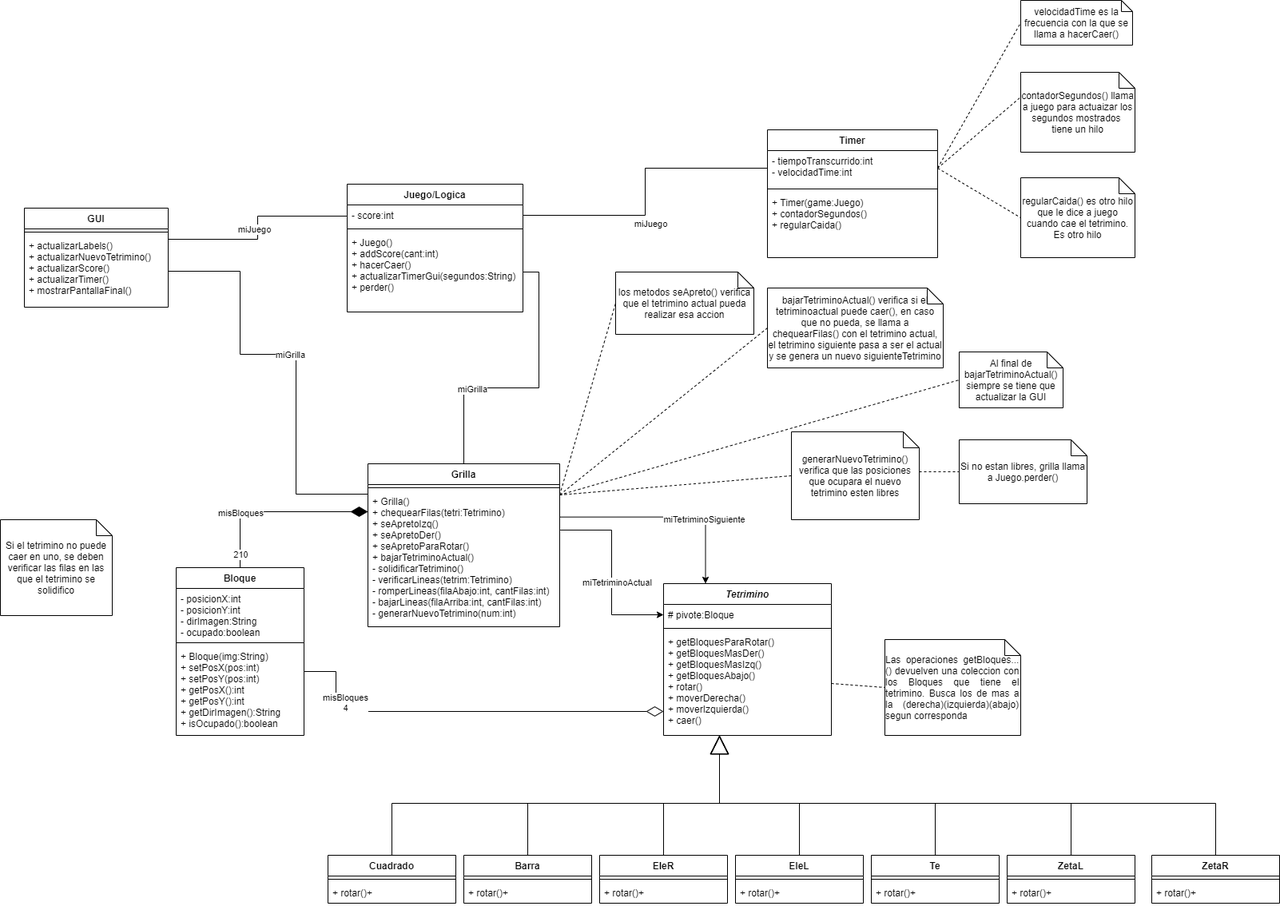
This is Diagrama-de-Clases/DiagramaClasesTetris.png from JanoALockhart/tdp-proyecto-2, a draw.io export, as it was before one commit. Source tidied: cells renumbered, new cells last; positions are measured from the earlier drawing's top-left corner, leaving out a move shared by most shapes.
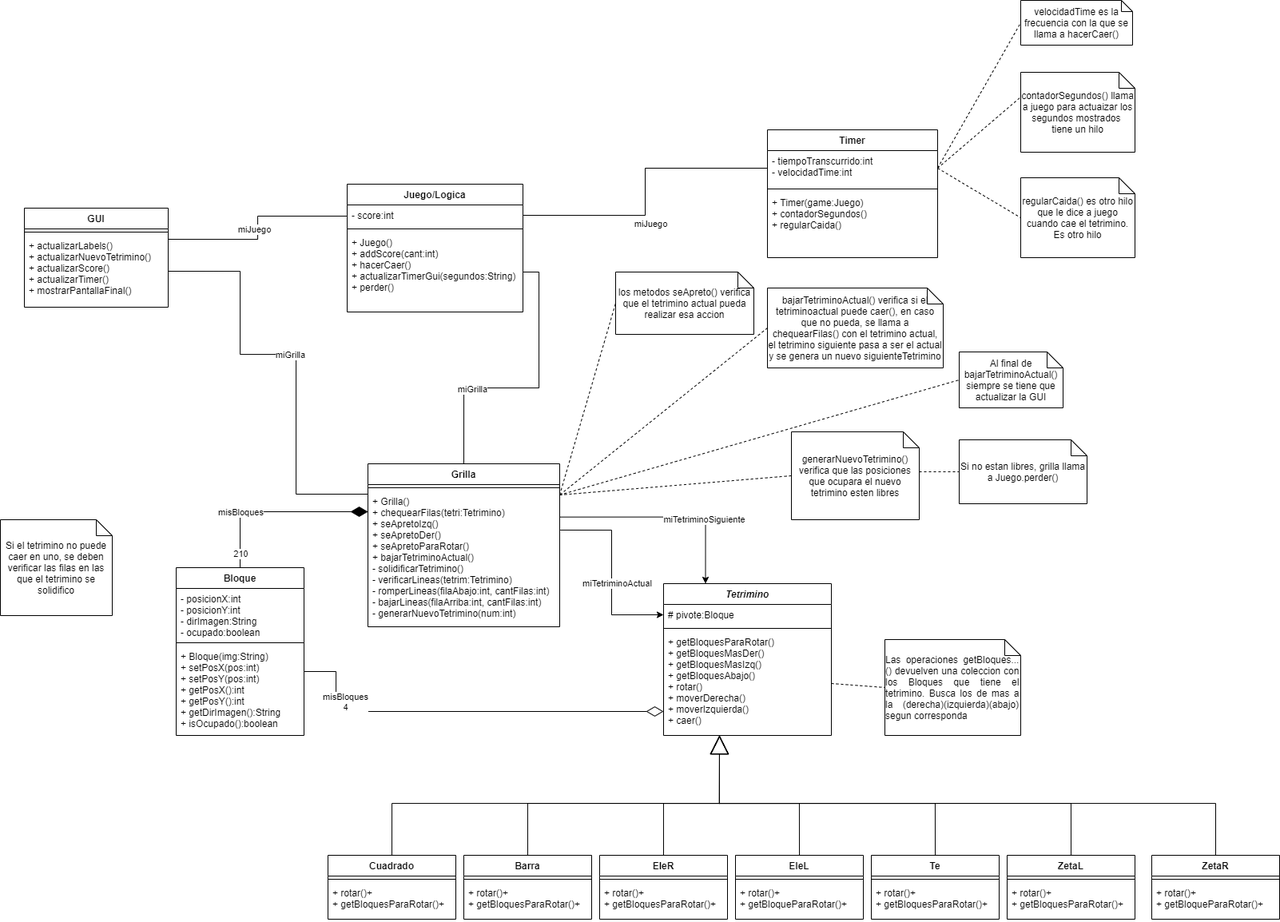
Later version of the same file.

Commit message:
Diagrama de Clases

Diff of the diagram source:
```diff
@@ -122,13 +122,13 @@
       </mxGeometry>
     </mxCell>
     <mxCell id="35" value="Cuadrado" style="swimlane;fontStyle=1;align=center;verticalAlign=top;horizontal=1;startSize=26;" parent="1" vertex="1">
-      <mxGeometry x="410" y="1070" width="160" height="60" as="geometry" />
+      <mxGeometry x="410" y="1070" width="160" height="80" as="geometry" />
     </mxCell>
     <mxCell id="36" style="line;strokeWidth=1;fillColor=none;align=left;verticalAlign=middle;spacingTop=-1;spacingLeft=3;spacingRight=3;labelPosition=right;" parent="35" vertex="1">
       <mxGeometry y="26" width="160" height="8" as="geometry" />
     </mxCell>
-    <mxCell id="37" value="+ rotar()+" style="text;strokeColor=none;fillColor=none;align=left;verticalAlign=top;spacingLeft=4;spacingRight=4;overflow=hidden;" parent="35" vertex="1">
-      <mxGeometry y="34" width="160" height="26" as="geometry" />
+    <mxCell id="37" value="+ rotar()+&#10;+ getBloquesParaRotar()+" style="text;strokeColor=none;fillColor=none;align=left;verticalAlign=top;spacingLeft=4;spacingRight=4;overflow=hidden;" parent="35" vertex="1">
+      <mxGeometry y="34" width="160" height="46" as="geometry" />
     </mxCell>
     <mxCell id="38" style="edgeStyle=orthogonalEdgeStyle;rounded=0;jettySize=auto;html=1;exitX=0.5;exitY=0;exitDx=0;exitDy=0;startArrow=none;startFill=0;endArrow=block;endFill=0;startSize=19;endSize=21;strokeWidth=1;" parent="1" edge="1" source="39">
       <mxGeometry relative="1" as="geometry">
@@ -136,13 +136,13 @@
       </mxGeometry>
     </mxCell>
     <mxCell id="39" value="Barra" style="swimlane;fontStyle=1;align=center;verticalAlign=top;horizontal=1;startSize=26;" parent="1" vertex="1">
-      <mxGeometry x="580" y="1070" width="160" height="60" as="geometry" />
+      <mxGeometry x="580" y="1070" width="160" height="80" as="geometry" />
     </mxCell>
     <mxCell id="40" style="line;strokeWidth=1;fillColor=none;align=left;verticalAlign=middle;spacingTop=-1;spacingLeft=3;spacingRight=3;labelPosition=right;" parent="39" vertex="1">
       <mxGeometry y="26" width="160" height="8" as="geometry" />
     </mxCell>
-    <mxCell id="41" value="+ rotar()+" style="text;strokeColor=none;fillColor=none;align=left;verticalAlign=top;spacingLeft=4;spacingRight=4;overflow=hidden;" parent="39" vertex="1">
-      <mxGeometry y="34" width="160" height="26" as="geometry" />
+    <mxCell id="41" value="+ rotar()+&#10;+ getBloquesParaRotar()+" style="text;strokeColor=none;fillColor=none;align=left;verticalAlign=top;spacingLeft=4;spacingRight=4;overflow=hidden;" parent="39" vertex="1">
+      <mxGeometry y="34" width="160" height="46" as="geometry" />
     </mxCell>
     <mxCell id="42" style="edgeStyle=orthogonalEdgeStyle;rounded=0;jettySize=auto;html=1;exitX=0.5;exitY=0;exitDx=0;exitDy=0;startArrow=none;startFill=0;endArrow=block;endFill=0;startSize=19;endSize=21;strokeWidth=1;" parent="1" edge="1" source="43">
       <mxGeometry relative="1" as="geometry">
@@ -150,13 +150,13 @@
       </mxGeometry>
     </mxCell>
     <mxCell id="43" value="EleR" style="swimlane;fontStyle=1;align=center;verticalAlign=top;horizontal=1;startSize=26;" parent="1" vertex="1">
-      <mxGeometry x="750" y="1070" width="160" height="60" as="geometry" />
+      <mxGeometry x="750" y="1070" width="160" height="80" as="geometry" />
     </mxCell>
     <mxCell id="44" style="line;strokeWidth=1;fillColor=none;align=left;verticalAlign=middle;spacingTop=-1;spacingLeft=3;spacingRight=3;labelPosition=right;" parent="43" vertex="1">
       <mxGeometry y="26" width="160" height="8" as="geometry" />
     </mxCell>
-    <mxCell id="45" value="+ rotar()+" style="text;strokeColor=none;fillColor=none;align=left;verticalAlign=top;spacingLeft=4;spacingRight=4;overflow=hidden;" parent="43" vertex="1">
-      <mxGeometry y="34" width="160" height="26" as="geometry" />
+    <mxCell id="45" value="+ rotar()+&#10;+ getBloquesParaRotar()+" style="text;strokeColor=none;fillColor=none;align=left;verticalAlign=top;spacingLeft=4;spacingRight=4;overflow=hidden;" parent="43" vertex="1">
+      <mxGeometry y="34" width="160" height="46" as="geometry" />
     </mxCell>
     <mxCell id="46" style="edgeStyle=orthogonalEdgeStyle;rounded=0;jettySize=auto;html=1;exitX=0.5;exitY=0;exitDx=0;exitDy=0;startArrow=none;startFill=0;endArrow=block;endFill=0;startSize=19;endSize=21;strokeWidth=1;" parent="1" edge="1" source="47">
       <mxGeometry relative="1" as="geometry">
@@ -164,13 +164,13 @@
       </mxGeometry>
     </mxCell>
     <mxCell id="47" value="EleL" style="swimlane;fontStyle=1;align=center;verticalAlign=top;horizontal=1;startSize=26;" parent="1" vertex="1">
-      <mxGeometry x="920" y="1070" width="160" height="60" as="geometry" />
+      <mxGeometry x="920" y="1070" width="160" height="80" as="geometry" />
     </mxCell>
     <mxCell id="48" style="line;strokeWidth=1;fillColor=none;align=left;verticalAlign=middle;spacingTop=-1;spacingLeft=3;spacingRight=3;labelPosition=right;" parent="47" vertex="1">
       <mxGeometry y="26" width="160" height="8" as="geometry" />
     </mxCell>
-    <mxCell id="49" value="+ rotar()+" style="text;strokeColor=none;fillColor=none;align=left;verticalAlign=top;spacingLeft=4;spacingRight=4;overflow=hidden;" parent="47" vertex="1">
-      <mxGeometry y="34" width="160" height="26" as="geometry" />
+    <mxCell id="49" value="+ rotar()+&#10;+ getBloqueParaRotar()+" style="text;strokeColor=none;fillColor=none;align=left;verticalAlign=top;spacingLeft=4;spacingRight=4;overflow=hidden;" parent="47" vertex="1">
+      <mxGeometry y="34" width="160" height="46" as="geometry" />
     </mxCell>
     <mxCell id="50" style="edgeStyle=orthogonalEdgeStyle;rounded=0;jettySize=auto;html=1;exitX=0.5;exitY=0;exitDx=0;exitDy=0;startArrow=none;startFill=0;endArrow=block;endFill=0;startSize=19;endSize=21;strokeWidth=1;" parent="1" edge="1" source="51">
       <mxGeometry relative="1" as="geometry">
@@ -182,13 +182,13 @@
       </mxGeometry>
     </mxCell>
     <mxCell id="51" value="ZetaR" style="swimlane;fontStyle=1;align=center;verticalAlign=top;horizontal=1;startSize=26;" parent="1" vertex="1">
-      <mxGeometry x="1441" y="1070" width="160" height="60" as="geometry" />
+      <mxGeometry x="1441" y="1070" width="160" height="80" as="geometry" />
     </mxCell>
     <mxCell id="52" style="line;strokeWidth=1;fillColor=none;align=left;verticalAlign=middle;spacingTop=-1;spacingLeft=3;spacingRight=3;labelPosition=right;" parent="51" vertex="1">
       <mxGeometry y="26" width="160" height="8" as="geometry" />
     </mxCell>
-    <mxCell id="53" value="+ rotar()+" style="text;strokeColor=none;fillColor=none;align=left;verticalAlign=top;spacingLeft=4;spacingRight=4;overflow=hidden;" parent="51" vertex="1">
-      <mxGeometry y="34" width="160" height="26" as="geometry" />
+    <mxCell id="53" value="+ rotar()+&#10;+ getBloqueParaRotar()+" style="text;strokeColor=none;fillColor=none;align=left;verticalAlign=top;spacingLeft=4;spacingRight=4;overflow=hidden;" parent="51" vertex="1">
+      <mxGeometry y="34" width="160" height="46" as="geometry" />
     </mxCell>
     <mxCell id="54" style="edgeStyle=orthogonalEdgeStyle;rounded=0;jettySize=auto;html=1;exitX=0.5;exitY=0;exitDx=0;exitDy=0;startArrow=none;startFill=0;endArrow=block;endFill=0;startSize=19;endSize=21;strokeWidth=1;" parent="1" edge="1" source="55">
       <mxGeometry relative="1" as="geometry">
@@ -196,13 +196,13 @@
       </mxGeometry>
     </mxCell>
     <mxCell id="55" value="ZetaL" style="swimlane;fontStyle=1;align=center;verticalAlign=top;horizontal=1;startSize=26;" parent="1" vertex="1">
-      <mxGeometry x="1260" y="1070" width="160" height="60" as="geometry" />
+      <mxGeometry x="1260" y="1070" width="160" height="80" as="geometry" />
     </mxCell>
     <mxCell id="56" style="line;strokeWidth=1;fillColor=none;align=left;verticalAlign=middle;spacingTop=-1;spacingLeft=3;spacingRight=3;labelPosition=right;" parent="55" vertex="1">
       <mxGeometry y="26" width="160" height="8" as="geometry" />
     </mxCell>
-    <mxCell id="57" value="+ rotar()+" style="text;strokeColor=none;fillColor=none;align=left;verticalAlign=top;spacingLeft=4;spacingRight=4;overflow=hidden;" parent="55" vertex="1">
-      <mxGeometry y="34" width="160" height="26" as="geometry" />
+    <mxCell id="57" value="+ rotar()+&#10;+ getBloquesParaRotar()+" style="text;strokeColor=none;fillColor=none;align=left;verticalAlign=top;spacingLeft=4;spacingRight=4;overflow=hidden;" parent="55" vertex="1">
+      <mxGeometry y="34" width="160" height="46" as="geometry" />
     </mxCell>
     <mxCell id="58" style="edgeStyle=orthogonalEdgeStyle;rounded=0;jettySize=auto;html=1;exitX=0.5;exitY=0;exitDx=0;exitDy=0;startArrow=none;startFill=0;endArrow=block;endFill=0;startSize=19;endSize=21;strokeWidth=1;" parent="1" edge="1" source="59">
       <mxGeometry relative="1" as="geometry">
@@ -210,13 +210,13 @@
       </mxGeometry>
     </mxCell>
     <mxCell id="59" value="Te" style="swimlane;fontStyle=1;align=center;verticalAlign=top;horizontal=1;startSize=26;" parent="1" vertex="1">
-      <mxGeometry x="1090" y="1070" width="160" height="60" as="geometry" />
+      <mxGeometry x="1090" y="1070" width="160" height="80" as="geometry" />
     </mxCell>
     <mxCell id="60" style="line;strokeWidth=1;fillColor=none;align=left;verticalAlign=middle;spacingTop=-1;spacingLeft=3;spacingRight=3;labelPosition=right;" parent="59" vertex="1">
       <mxGeometry y="26" width="160" height="8" as="geometry" />
     </mxCell>
-    <mxCell id="61" value="+ rotar()+" style="text;strokeColor=none;fillColor=none;align=left;verticalAlign=top;spacingLeft=4;spacingRight=4;overflow=hidden;" parent="59" vertex="1">
-      <mxGeometry y="34" width="160" height="26" as="geometry" />
+    <mxCell id="61" value="+ rotar()+&#10;+ getBloquesParaRotar()+" style="text;strokeColor=none;fillColor=none;align=left;verticalAlign=top;spacingLeft=4;spacingRight=4;overflow=hidden;" parent="59" vertex="1">
+      <mxGeometry y="34" width="160" height="46" as="geometry" />
     </mxCell>
     <mxCell id="62" value="velocidadTime es la frecuencia con la que se llama a hacerCaer()" style="shape=note;size=14;whiteSpace=wrap;html=1;" parent="1" vertex="1">
       <mxGeometry x="1277" width="140" height="56" as="geometry" />
```
